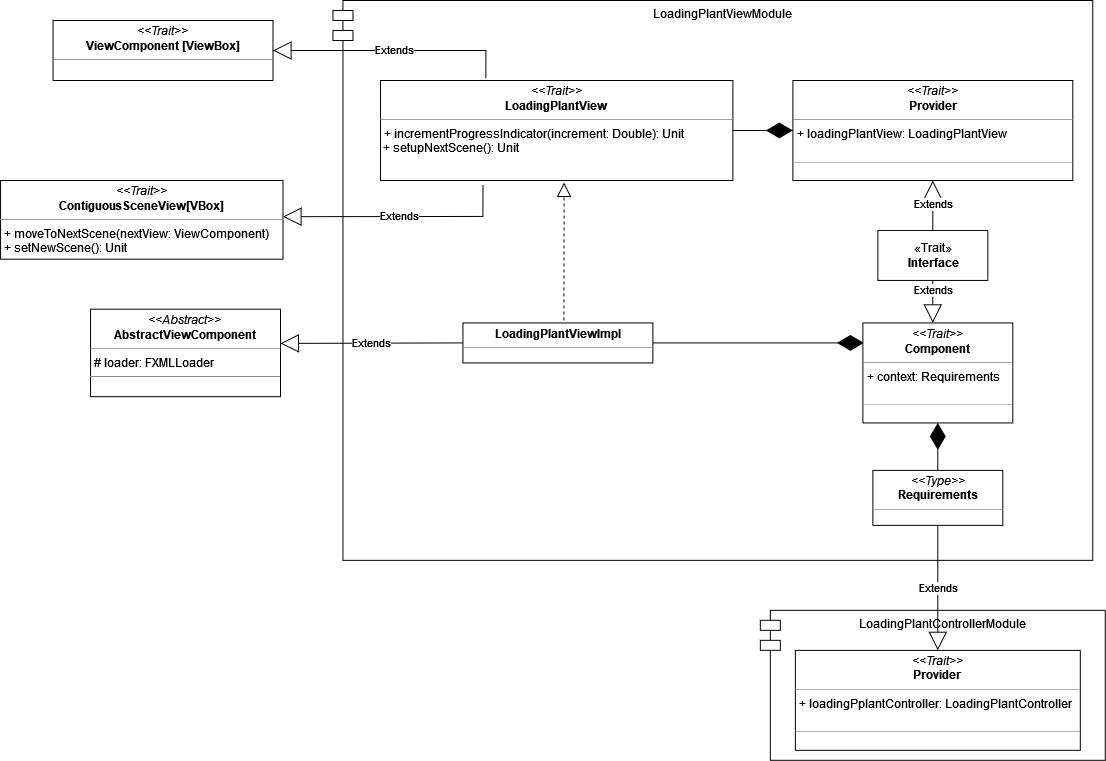
The draw.io diagram docs/img/loading_plant_view.png in AnnaVitali/PPS-22-smartgh, before a commit. Source tidied: cells renumbered, new cells last; positions are measured from the earlier drawing's top-left corner, leaving out a move shared by most shapes. Its diagram source:
```xml
<mxGraphModel>
  <root>
    <mxCell id="0" />
    <mxCell id="1" parent="0" />
    <mxCell id="2" value="LoadingPlantControllerModule" style="shape=module;align=left;spacingLeft=20;align=center;verticalAlign=top;fillColor=none;" parent="1" vertex="1">
      <mxGeometry x="760" y="610" width="345" height="150" as="geometry" />
    </mxCell>
    <mxCell id="3" value="LoadingPlantViewModule" style="shape=module;align=left;spacingLeft=20;align=center;verticalAlign=top;fillColor=none;" parent="1" vertex="1">
      <mxGeometry x="332.5" width="760" height="560" as="geometry" />
    </mxCell>
    <mxCell id="4" value="&lt;p style=&quot;margin:0px;margin-top:4px;text-align:center;&quot;&gt;&lt;i&gt;&amp;lt;&amp;lt;Trait&amp;gt;&amp;gt;&lt;/i&gt;&lt;br&gt;&lt;b&gt;LoadingPlantView&lt;/b&gt;&lt;br&gt;&lt;/p&gt;&lt;hr size=&quot;1&quot;&gt;&lt;p style=&quot;margin:0px;margin-left:4px;&quot;&gt;+ incrementProgressIndicator(increment: Double): Unit&lt;/p&gt;&lt;div&gt;&amp;nbsp;+ setupNextScene(): Unit&lt;/div&gt;&lt;div&gt;&lt;br&gt;&lt;/div&gt;" style="verticalAlign=top;align=left;overflow=fill;fontSize=12;fontFamily=Helvetica;html=1;fillColor=default;" parent="1" vertex="1">
      <mxGeometry x="380" y="80" width="352.5" height="100" as="geometry" />
    </mxCell>
    <mxCell id="5" value="&lt;p style=&quot;margin:0px;margin-top:4px;text-align:center;&quot;&gt;&lt;i&gt;&amp;lt;&amp;lt;Trait&amp;gt;&amp;gt;&lt;/i&gt;&lt;br&gt;&lt;b&gt;ViewComponent [ViewBox]&lt;/b&gt;&lt;br&gt;&lt;/p&gt;&lt;hr size=&quot;1&quot;&gt;" style="verticalAlign=top;align=left;overflow=fill;fontSize=12;fontFamily=Helvetica;html=1;fillColor=default;" parent="1" vertex="1">
      <mxGeometry x="52.5" y="20" width="220" height="60" as="geometry" />
    </mxCell>
    <mxCell id="6" value="&lt;p style=&quot;margin:0px;margin-top:4px;text-align:center;&quot;&gt;&lt;i&gt;&amp;lt;&amp;lt;Trait&amp;gt;&amp;gt;&lt;/i&gt;&lt;br&gt;&lt;b&gt;Provider&lt;/b&gt;&lt;br&gt;&lt;/p&gt;&lt;hr size=&quot;1&quot;&gt;&lt;p style=&quot;margin:0px;margin-left:4px;&quot;&gt;+ loadingPlantView: LoadingPlantView&lt;br&gt;&lt;br&gt;&lt;/p&gt;&lt;hr size=&quot;1&quot;&gt;" style="verticalAlign=top;align=left;overflow=fill;fontSize=12;fontFamily=Helvetica;html=1;fillColor=default;" parent="1" vertex="1">
      <mxGeometry x="792.5" y="80" width="280" height="100" as="geometry" />
    </mxCell>
    <mxCell id="7" value="«Trait»&lt;br&gt;&lt;b&gt;Interface&lt;/b&gt;" style="html=1;fillColor=default;" parent="1" vertex="1">
      <mxGeometry x="877.5" y="230" width="110" height="50" as="geometry" />
    </mxCell>
    <mxCell id="8" value="Extends" style="endArrow=block;endSize=16;endFill=0;html=1;rounded=0;entryX=0.5;entryY=0;entryDx=0;entryDy=0;exitX=0.5;exitY=1;exitDx=0;exitDy=0;" parent="1" edge="1" source="7">
      <mxGeometry x="-0.53" relative="1" as="geometry">
        <mxPoint x="932.5" y="322.5" as="targetPoint" />
      </mxGeometry>
    </mxCell>
    <mxCell id="9" value="&lt;div&gt;Extends&lt;br&gt;&lt;/div&gt;" style="endArrow=block;endSize=16;endFill=0;html=1;rounded=0;entryX=0.5;entryY=1;entryDx=0;entryDy=0;exitX=0.5;exitY=0;exitDx=0;exitDy=0;" parent="1" edge="1" source="7" target="6">
      <mxGeometry relative="1" as="geometry" />
    </mxCell>
    <mxCell id="10" value="&lt;p style=&quot;margin:0px;margin-top:4px;text-align:center;&quot;&gt;&lt;b&gt;LoadingPlantViewImpl&lt;/b&gt;&lt;br&gt;&lt;/p&gt;&lt;hr size=&quot;1&quot;&gt;" style="verticalAlign=top;align=left;overflow=fill;fontSize=12;fontFamily=Helvetica;html=1;" parent="1" vertex="1">
      <mxGeometry x="462.5" y="322.5" width="190" height="40" as="geometry" />
    </mxCell>
    <mxCell id="11" style="endArrow=diamondThin;endFill=1;endSize=24;html=1;rounded=0;exitX=1;exitY=0.5;exitDx=0;exitDy=0;entryX=0;entryY=0.5;entryDx=0;entryDy=0;" parent="1" edge="1" source="4" target="6">
      <mxGeometry relative="1" as="geometry" />
    </mxCell>
    <mxCell id="12" style="endArrow=diamondThin;endFill=1;endSize=24;html=1;rounded=0;exitX=1;exitY=0.5;exitDx=0;exitDy=0;entryX=0.007;entryY=0.2;entryDx=0;entryDy=0;entryPerimeter=0;" parent="1" edge="1" source="10" target="14">
      <mxGeometry relative="1" as="geometry" />
    </mxCell>
    <mxCell id="13" value="&lt;p style=&quot;margin:0px;margin-top:4px;text-align:center;&quot;&gt;&lt;i&gt;&amp;lt;&amp;lt;Type&amp;gt;&amp;gt;&lt;/i&gt;&lt;br&gt;&lt;b&gt;Requirements&lt;/b&gt;&lt;br&gt;&lt;/p&gt;&lt;hr size=&quot;1&quot;&gt;&lt;p style=&quot;margin:0px;margin-left:4px;&quot;&gt;&lt;br&gt;&lt;/p&gt;" style="verticalAlign=top;align=left;overflow=fill;fontSize=12;fontFamily=Helvetica;html=1;fillColor=default;" parent="1" vertex="1">
      <mxGeometry x="872.5" y="470" width="130" height="55" as="geometry" />
    </mxCell>
    <mxCell id="14" value="&lt;p style=&quot;margin:0px;margin-top:4px;text-align:center;&quot;&gt;&lt;i&gt;&amp;lt;&amp;lt;Trait&amp;gt;&amp;gt;&lt;/i&gt;&lt;br&gt;&lt;b&gt;Component&lt;/b&gt;&lt;br&gt;&lt;/p&gt;&lt;hr size=&quot;1&quot;&gt;&lt;p style=&quot;margin:0px;margin-left:4px;&quot;&gt;+ context: Requirements&lt;br&gt;&lt;br&gt;&lt;/p&gt;&lt;hr size=&quot;1&quot;&gt;" style="verticalAlign=top;align=left;overflow=fill;fontSize=12;fontFamily=Helvetica;html=1;fillColor=default;" parent="1" vertex="1">
      <mxGeometry x="862.5" y="322.5" width="150" height="100" as="geometry" />
    </mxCell>
    <mxCell id="15" value="&lt;p style=&quot;margin:0px;margin-top:4px;text-align:center;&quot;&gt;&lt;i&gt;&amp;lt;&amp;lt;Trait&amp;gt;&amp;gt;&lt;/i&gt;&lt;br&gt;&lt;b&gt;Provider&lt;/b&gt;&lt;br&gt;&lt;/p&gt;&lt;hr size=&quot;1&quot;&gt;&lt;p style=&quot;margin:0px;margin-left:4px;&quot;&gt;+ loadingPplantController: LoadingPlantController&lt;br&gt;&lt;br&gt;&lt;/p&gt;&lt;hr size=&quot;1&quot;&gt;" style="verticalAlign=top;align=left;overflow=fill;fontSize=12;fontFamily=Helvetica;html=1;fillColor=default;" parent="1" vertex="1">
      <mxGeometry x="795" y="650" width="285" height="100" as="geometry" />
    </mxCell>
    <mxCell id="16" style="endArrow=diamondThin;endFill=1;endSize=24;html=1;rounded=0;exitX=0.5;exitY=0;exitDx=0;exitDy=0;" parent="1" edge="1" source="13" target="14">
      <mxGeometry relative="1" as="geometry" />
    </mxCell>
    <mxCell id="17" value="Extends" style="endArrow=block;endSize=16;endFill=0;html=1;rounded=0;exitX=0.5;exitY=1;exitDx=0;exitDy=0;entryX=0.5;entryY=0;entryDx=0;entryDy=0;" parent="1" edge="1" source="13" target="15">
      <mxGeometry relative="1" as="geometry" />
    </mxCell>
    <mxCell id="18" value="Extends" style="endArrow=block;endSize=16;endFill=0;html=1;rounded=0;entryX=1;entryY=0.5;entryDx=0;entryDy=0;exitX=0.291;exitY=1.04;exitDx=0;exitDy=0;exitPerimeter=0;" parent="1" edge="1" source="4">
      <mxGeometry relative="1" as="geometry">
        <mxPoint x="282.5" y="216.2" as="targetPoint" />
        <Array as="points">
          <mxPoint x="482.5" y="216" />
        </Array>
      </mxGeometry>
    </mxCell>
    <mxCell id="19" value="Extends" style="endArrow=block;endSize=16;endFill=0;html=1;rounded=0;entryX=1;entryY=0.5;entryDx=0;entryDy=0;exitX=0.299;exitY=-0.02;exitDx=0;exitDy=0;exitPerimeter=0;" parent="1" edge="1" source="4" target="5">
      <mxGeometry relative="1" as="geometry">
        <Array as="points">
          <mxPoint x="485.5" y="50" />
        </Array>
      </mxGeometry>
    </mxCell>
    <mxCell id="20" style="endArrow=block;dashed=1;endFill=0;endSize=12;html=1;rounded=0;entryX=0.521;entryY=1.02;entryDx=0;entryDy=0;entryPerimeter=0;" parent="1" edge="1" target="4">
      <mxGeometry relative="1" as="geometry">
        <mxPoint x="563.5" y="320" as="sourcePoint" />
      </mxGeometry>
    </mxCell>
    <mxCell id="21" value="Extends" style="endArrow=block;endSize=16;endFill=0;html=1;rounded=0;exitX=0;exitY=0.5;exitDx=0;exitDy=0;" parent="1" edge="1" source="10">
      <mxGeometry relative="1" as="geometry">
        <mxPoint x="280" y="343" as="targetPoint" />
      </mxGeometry>
    </mxCell>
    <mxCell id="22" value="&lt;p style=&quot;margin:0px;margin-top:4px;text-align:center;&quot;&gt;&lt;i&gt;&amp;lt;&amp;lt;Abstract&amp;gt;&amp;gt;&lt;/i&gt;&lt;br&gt;&lt;b&gt;AbstractViewComponent&lt;/b&gt;&lt;br&gt;&lt;/p&gt;&lt;hr size=&quot;1&quot;&gt;&lt;p style=&quot;margin:0px;margin-left:4px;&quot;&gt;# loader: FXMLLoader&lt;br&gt;&lt;/p&gt;&lt;hr size=&quot;1&quot;&gt;&lt;p style=&quot;margin:0px;margin-left:4px;&quot;&gt;&lt;br&gt;&lt;/p&gt;" style="verticalAlign=top;align=left;overflow=fill;fontSize=12;fontFamily=Helvetica;html=1;" parent="1" vertex="1">
      <mxGeometry x="90" y="308.8" width="190" height="87.5" as="geometry" />
    </mxCell>
    <mxCell id="23" value="&lt;p style=&quot;margin:0px;margin-top:4px;text-align:center;&quot;&gt;&lt;i&gt;&amp;lt;&amp;lt;Trait&amp;gt;&amp;gt;&lt;/i&gt;&lt;br&gt;&lt;b&gt;ContiguousSceneView[VBox]&lt;/b&gt;&lt;br&gt;&lt;/p&gt;&lt;hr size=&quot;1&quot;&gt;&lt;p style=&quot;margin:0px;margin-left:4px;&quot;&gt;+ moveToNextScene(nextView: ViewComponent)&lt;/p&gt;&lt;p style=&quot;margin:0px;margin-left:4px;&quot;&gt;+ setNewScene(): Unit&lt;br&gt;&lt;/p&gt;&lt;div&gt;&lt;br&gt;&lt;/div&gt;" style="verticalAlign=top;align=left;overflow=fill;fontSize=12;fontFamily=Helvetica;html=1;fillColor=default;" parent="1" vertex="1">
      <mxGeometry y="180" width="282.5" height="78.8" as="geometry" />
    </mxCell>
  </root>
</mxGraphModel>
```
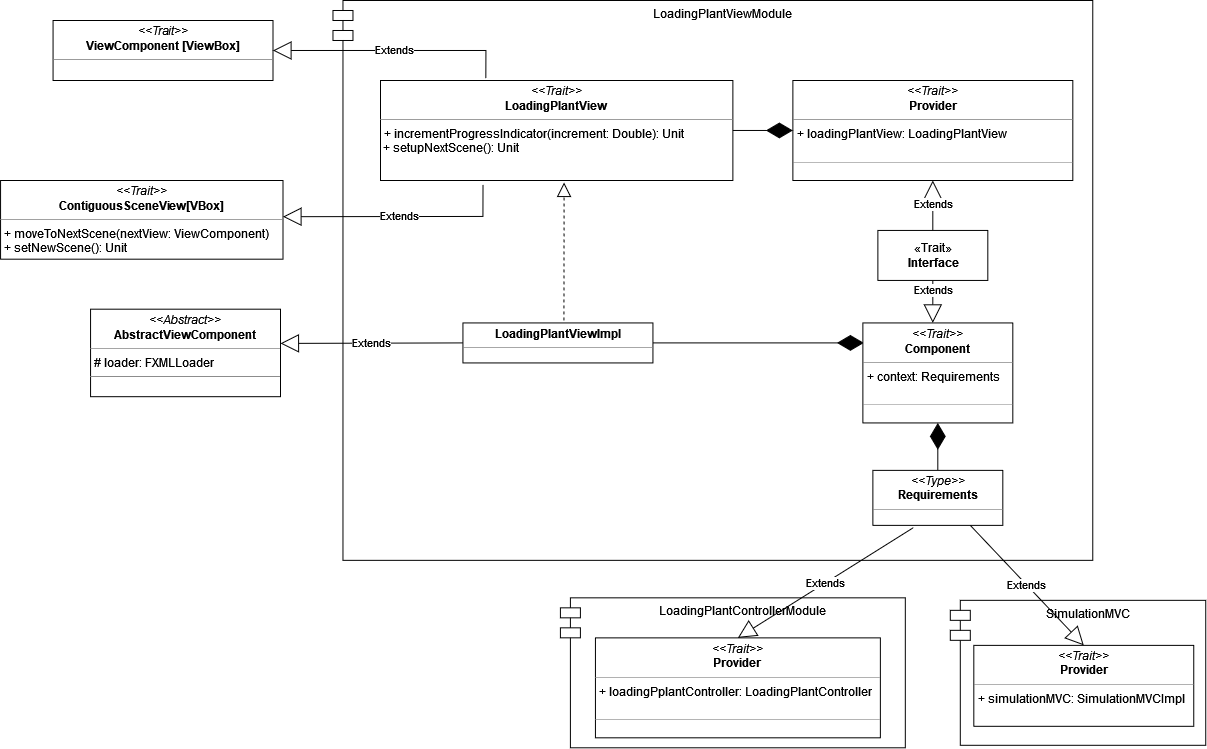
Above is the later version.

The edit, as a diff of the source:
```diff
@@ -3,7 +3,7 @@
     <mxCell id="0" />
     <mxCell id="1" parent="0" />
     <mxCell id="2" value="LoadingPlantControllerModule" style="shape=module;align=left;spacingLeft=20;align=center;verticalAlign=top;fillColor=none;" parent="1" vertex="1">
-      <mxGeometry x="760" y="610" width="345" height="150" as="geometry" />
+      <mxGeometry x="560" y="597.5" width="345" height="150" as="geometry" />
     </mxCell>
     <mxCell id="3" value="LoadingPlantViewModule" style="shape=module;align=left;spacingLeft=20;align=center;verticalAlign=top;fillColor=none;" parent="1" vertex="1">
       <mxGeometry x="332.5" width="760" height="560" as="geometry" />
@@ -44,12 +44,12 @@
       <mxGeometry x="862.5" y="322.5" width="150" height="100" as="geometry" />
     </mxCell>
     <mxCell id="15" value="&lt;p style=&quot;margin:0px;margin-top:4px;text-align:center;&quot;&gt;&lt;i&gt;&amp;lt;&amp;lt;Trait&amp;gt;&amp;gt;&lt;/i&gt;&lt;br&gt;&lt;b&gt;Provider&lt;/b&gt;&lt;br&gt;&lt;/p&gt;&lt;hr size=&quot;1&quot;&gt;&lt;p style=&quot;margin:0px;margin-left:4px;&quot;&gt;+ loadingPplantController: LoadingPlantController&lt;br&gt;&lt;br&gt;&lt;/p&gt;&lt;hr size=&quot;1&quot;&gt;" style="verticalAlign=top;align=left;overflow=fill;fontSize=12;fontFamily=Helvetica;html=1;fillColor=default;" parent="1" vertex="1">
-      <mxGeometry x="795" y="650" width="285" height="100" as="geometry" />
+      <mxGeometry x="595" y="637.5" width="285" height="100" as="geometry" />
     </mxCell>
     <mxCell id="16" style="endArrow=diamondThin;endFill=1;endSize=24;html=1;rounded=0;exitX=0.5;exitY=0;exitDx=0;exitDy=0;" parent="1" edge="1" source="13" target="14">
       <mxGeometry relative="1" as="geometry" />
     </mxCell>
-    <mxCell id="17" value="Extends" style="endArrow=block;endSize=16;endFill=0;html=1;rounded=0;exitX=0.5;exitY=1;exitDx=0;exitDy=0;entryX=0.5;entryY=0;entryDx=0;entryDy=0;" parent="1" edge="1" source="13" target="15">
+    <mxCell id="17" value="Extends" style="endArrow=block;endSize=16;endFill=0;html=1;rounded=0;exitX=0.312;exitY=1.042;exitDx=0;exitDy=0;entryX=0.5;entryY=0;entryDx=0;entryDy=0;exitPerimeter=0;" parent="1" edge="1" source="13" target="15">
       <mxGeometry relative="1" as="geometry" />
     </mxCell>
     <mxCell id="18" value="Extends" style="endArrow=block;endSize=16;endFill=0;html=1;rounded=0;entryX=1;entryY=0.5;entryDx=0;entryDy=0;exitX=0.291;exitY=1.04;exitDx=0;exitDy=0;exitPerimeter=0;" parent="1" edge="1" source="4">
@@ -83,5 +83,14 @@
     <mxCell id="23" value="&lt;p style=&quot;margin:0px;margin-top:4px;text-align:center;&quot;&gt;&lt;i&gt;&amp;lt;&amp;lt;Trait&amp;gt;&amp;gt;&lt;/i&gt;&lt;br&gt;&lt;b&gt;ContiguousSceneView[VBox]&lt;/b&gt;&lt;br&gt;&lt;/p&gt;&lt;hr size=&quot;1&quot;&gt;&lt;p style=&quot;margin:0px;margin-left:4px;&quot;&gt;+ moveToNextScene(nextView: ViewComponent)&lt;/p&gt;&lt;p style=&quot;margin:0px;margin-left:4px;&quot;&gt;+ setNewScene(): Unit&lt;br&gt;&lt;/p&gt;&lt;div&gt;&lt;br&gt;&lt;/div&gt;" style="verticalAlign=top;align=left;overflow=fill;fontSize=12;fontFamily=Helvetica;html=1;fillColor=default;" parent="1" vertex="1">
       <mxGeometry y="180" width="282.5" height="78.8" as="geometry" />
     </mxCell>
+    <mxCell id="24" value="SimulationMVC" style="shape=module;align=left;spacingLeft=20;align=center;verticalAlign=top;fillColor=none;" parent="1" vertex="1">
+      <mxGeometry x="950" y="600" width="255.5" height="145" as="geometry" />
+    </mxCell>
+    <mxCell id="25" value="&lt;p style=&quot;margin:0px;margin-top:4px;text-align:center;&quot;&gt;&lt;i&gt;&amp;lt;&amp;lt;Trait&amp;gt;&amp;gt;&lt;/i&gt;&lt;br&gt;&lt;b&gt;Provider&lt;/b&gt;&lt;br&gt;&lt;/p&gt;&lt;hr size=&quot;1&quot;&gt;&lt;p style=&quot;margin:0px;margin-left:4px;&quot;&gt;+ simulationMVC: SimulationMVCImpl&lt;br&gt;&lt;/p&gt;" style="verticalAlign=top;align=left;overflow=fill;fontSize=12;fontFamily=Helvetica;html=1;fillColor=default;" parent="1" vertex="1">
+      <mxGeometry x="973.5" y="645" width="220" height="81" as="geometry" />
+    </mxCell>
+    <mxCell id="26" value="Extends" style="endArrow=block;endSize=16;endFill=0;html=1;rounded=0;entryX=0.5;entryY=0;entryDx=0;entryDy=0;exitX=0.75;exitY=1;exitDx=0;exitDy=0;" parent="1" edge="1" source="13" target="25">
+      <mxGeometry relative="1" as="geometry" />
+    </mxCell>
   </root>
 </mxGraphModel>
```
